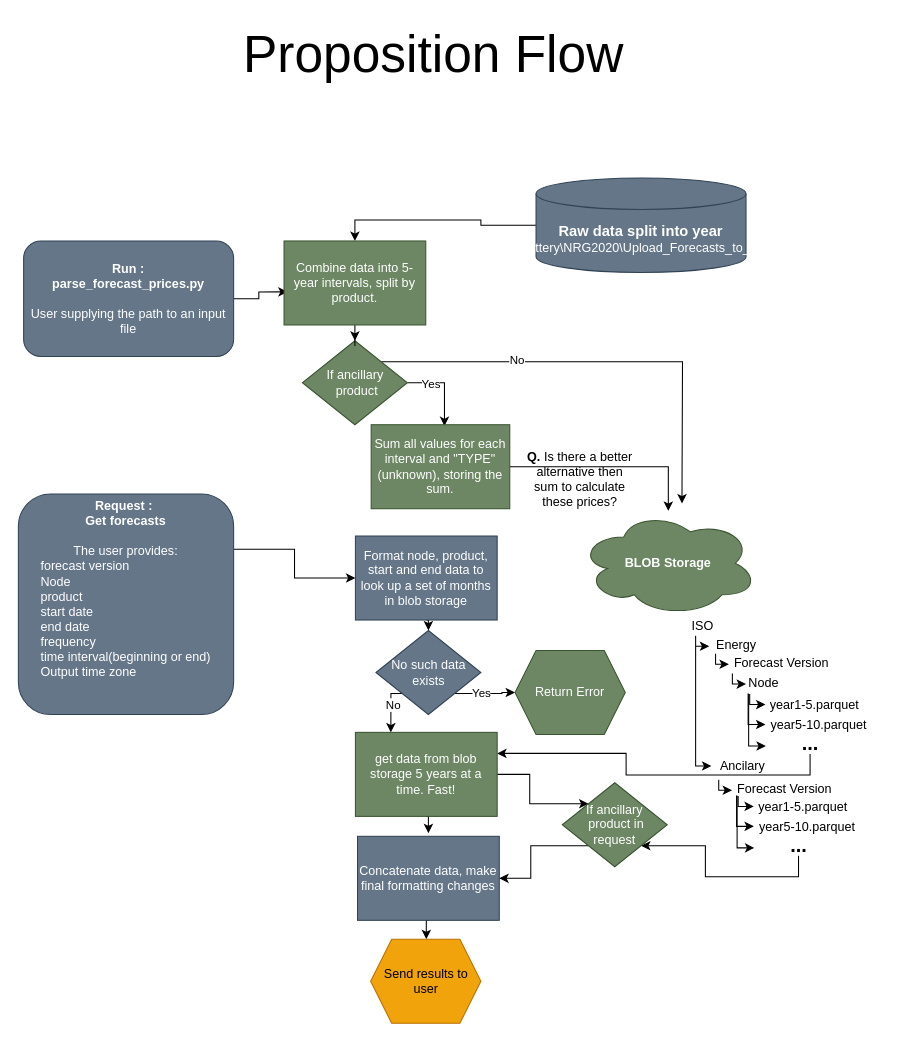
Above: page "Page-2" (2 of 2) of design_prop_1.drawio in rmFlynn/Wrighton_diagrams (draw.io), before the change. Source tidied: cells renumbered, new cells numbered last; positions are measured from the earlier drawing's top-left corner, leaving out a move shared by most shapes. Both pictures are drawn from the tidied source at 105%, with x=0, y=0 at pixel (18, 18).
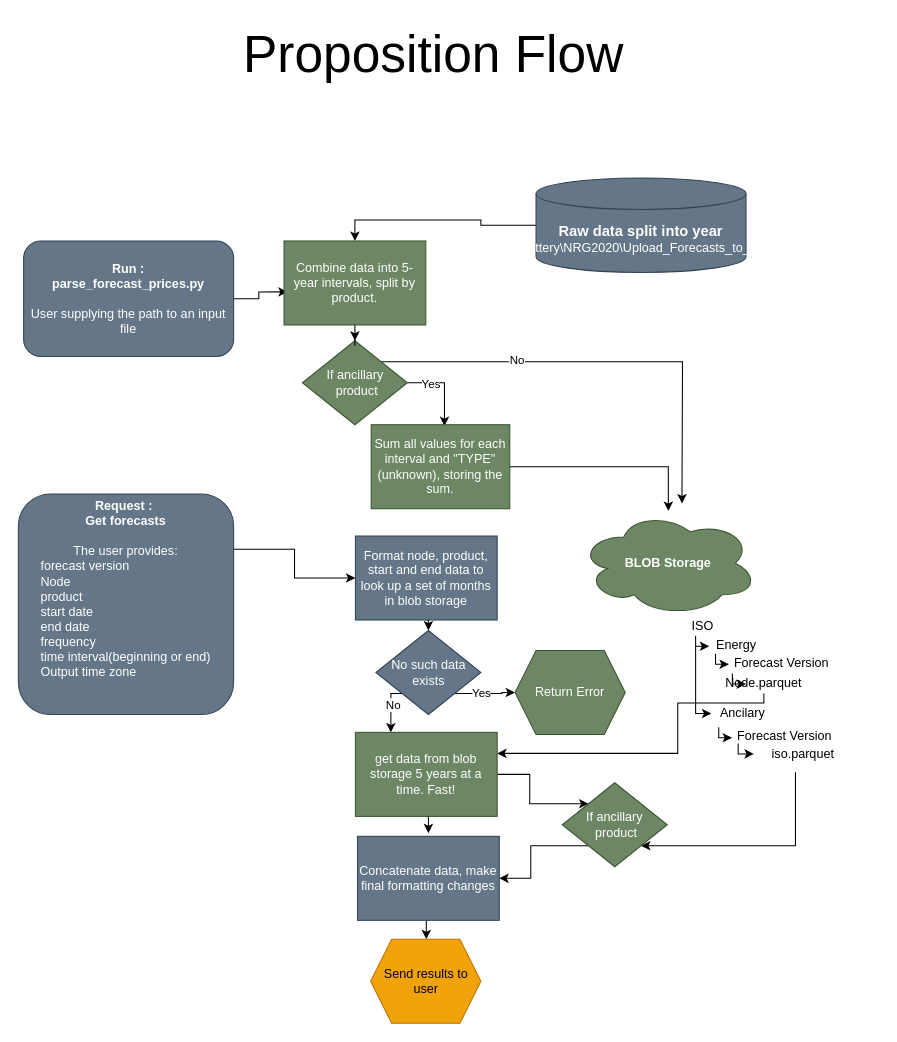
The same page after the edit.

The change refers to these unchanged cells:
```xml
<mxCell id="25" value="get data from blob storage 5 years at a time. Fast!" style="rounded=0;whiteSpace=wrap;html=1;fillColor=#6d8764;strokeColor=#3A5431;fontColor=#ffffff;" parent="1" vertex="1">
  <mxGeometry x="321" y="680" width="135" height="80" as="geometry" />
</mxCell>
```

Diff of the diagram source:
```diff
@@
-    <mxCell id="7" style="edgeStyle=orthogonalEdgeStyle;rounded=0;orthogonalLoop=1;jettySize=auto;html=1;exitX=0;exitY=1;exitDx=0;exitDy=0;strokeColor=#000000;" parent="1" edge="1">
-      <mxGeometry relative="1" as="geometry">
-        <mxPoint x="696.5" y="643.5" as="sourcePoint" />
-        <mxPoint x="711.5" y="653.5" as="targetPoint" />
-        <Array as="points">
-          <mxPoint x="696.5" y="653.5" />
-        </Array>
-      </mxGeometry>
-    </mxCell>
-    <mxCell id="8" value="year5-10.parquet" style="text;html=1;strokeColor=none;fillColor=none;align=center;verticalAlign=middle;whiteSpace=wrap;rounded=0;" parent="1" vertex="1">
-      <mxGeometry x="704.5" y="662.5" width="115" height="20" as="geometry" />
-    </mxCell>
@@
-    <mxCell id="20" value="year1-5.parquet" style="text;html=1;strokeColor=none;fillColor=none;align=center;verticalAlign=middle;whiteSpace=wrap;rounded=0;" parent="1" vertex="1">
-      <mxGeometry x="700.5" y="643.5" width="115" height="20" as="geometry" />
-    </mxCell>
-    <mxCell id="21" style="edgeStyle=orthogonalEdgeStyle;rounded=0;jettySize=auto;html=1;exitX=0.5;exitY=1;exitDx=0;exitDy=0;entryX=1;entryY=0.25;entryDx=0;entryDy=0;" parent="1" edge="1" source="22" target="25">
-      <mxGeometry relative="1" as="geometry" />
+    <mxCell id="21" style="edgeStyle=orthogonalEdgeStyle;rounded=0;jettySize=auto;html=1;exitX=0.5;exitY=1;exitDx=0;exitDy=0;entryX=1;entryY=0.25;entryDx=0;entryDy=0;" parent="1" edge="1" source="47" target="25">
+      <mxGeometry relative="1" as="geometry">
+        <Array as="points">
+          <mxPoint x="710" y="652" />
+          <mxPoint x="628" y="652" />
+          <mxPoint x="628" y="700" />
+        </Array>
+      </mxGeometry>
     </mxCell>
-    <mxCell id="22" value="&lt;p style=&quot;line-height: 140%; font-size: 13px;&quot;&gt;&lt;font size=&quot;1&quot;&gt;&lt;b style=&quot;font-size: 19px;&quot;&gt;...&lt;/b&gt;&lt;/font&gt;&lt;/p&gt;" style="text;html=1;strokeColor=none;fillColor=none;align=center;verticalAlign=middle;whiteSpace=wrap;rounded=0;" parent="1" vertex="1">
-      <mxGeometry x="701.5" y="682.5" width="105" height="18" as="geometry" />
-    </mxCell>
@@
-    <mxCell id="41" value="&lt;b&gt;Q. &lt;/b&gt;Is there a better alternative then sum to calculate these prices?" style="text;html=1;strokeColor=none;fillColor=none;align=center;verticalAlign=middle;whiteSpace=wrap;rounded=0;" parent="1" vertex="1">
-      <mxGeometry x="480" y="402" width="110" height="74" as="geometry" />
-    </mxCell>
@@
-    <mxCell id="44" style="edgeStyle=orthogonalEdgeStyle;rounded=0;orthogonalLoop=1;jettySize=auto;html=1;exitX=0.151;exitY=0.925;exitDx=0;exitDy=0;strokeColor=#000000;exitPerimeter=0;" parent="1" edge="1">
-      <mxGeometry relative="1" as="geometry">
-        <mxPoint x="695" y="643" as="sourcePoint" />
-        <mxPoint x="711.5" y="672.5" as="targetPoint" />
-        <Array as="points">
-          <mxPoint x="695.5" y="672.5" />
-        </Array>
-      </mxGeometry>
-    </mxCell>
     <mxCell id="45" value="&lt;div&gt;Ancilary&lt;/div&gt;" style="text;html=1;strokeColor=none;fillColor=none;align=center;verticalAlign=middle;whiteSpace=wrap;rounded=0;" parent="1" vertex="1">
-      <mxGeometry x="660" y="702" width="60" height="20" as="geometry" />
+      <mxGeometry x="660" y="652" width="60" height="20" as="geometry" />
     </mxCell>
-    <mxCell id="46" style="edgeStyle=orthogonalEdgeStyle;rounded=0;orthogonalLoop=1;jettySize=auto;html=1;strokeColor=#000000;exitX=0.011;exitY=0.838;exitDx=0;exitDy=0;exitPerimeter=0;" parent="1" edge="1">
-      <mxGeometry relative="1" as="geometry">
-        <mxPoint x="695.5" y="643.3" as="sourcePoint" />
-        <mxPoint x="711.9" y="693" as="targetPoint" />
-        <Array as="points">
-          <mxPoint x="695.5" y="693.5" />
-        </Array>
-      </mxGeometry>
-    </mxCell>
-    <mxCell id="47" value="Node" style="text;html=1;strokeColor=none;fillColor=none;align=center;verticalAlign=middle;whiteSpace=wrap;rounded=0;" parent="1" vertex="1">
+    <mxCell id="47" value="Node.parquet" style="text;html=1;strokeColor=none;fillColor=none;align=center;verticalAlign=middle;whiteSpace=wrap;rounded=0;" parent="1" vertex="1">
       <mxGeometry x="660" y="623" width="100" height="20" as="geometry" />
     </mxCell>
@@
     <mxCell id="49" style="edgeStyle=orthogonalEdgeStyle;rounded=0;jettySize=auto;html=1;strokeColor=#000000;" parent="1" edge="1" target="45">
       <mxGeometry relative="1" as="geometry">
         <mxPoint x="645" y="598" as="sourcePoint" />
         <Array as="points">
-          <mxPoint x="645" y="712" />
+          <mxPoint x="645" y="662" />
         </Array>
       </mxGeometry>
     </mxCell>
     <mxCell id="50" value="Forecast Version" style="text;html=1;strokeColor=none;fillColor=none;align=center;verticalAlign=middle;whiteSpace=wrap;rounded=0;" parent="1" vertex="1">
-      <mxGeometry x="680" y="724" width="100" height="20" as="geometry" />
+      <mxGeometry x="680" y="674" width="100" height="20" as="geometry" />
     </mxCell>
     <mxCell id="51" style="edgeStyle=orthogonalEdgeStyle;rounded=0;orthogonalLoop=1;jettySize=auto;html=1;exitX=0;exitY=1;exitDx=0;exitDy=0;strokeColor=#000000;" parent="1" edge="1">
       <mxGeometry relative="1" as="geometry">
-        <mxPoint x="685.5" y="740.5" as="sourcePoint" />
-        <mxPoint x="700.5" y="750.5" as="targetPoint" />
+        <mxPoint x="685.5" y="690.5" as="sourcePoint" />
+        <mxPoint x="700.5" y="700.5" as="targetPoint" />
         <Array as="points">
-          <mxPoint x="685.5" y="750.5" />
+          <mxPoint x="685.5" y="700.5" />
         </Array>
       </mxGeometry>
     </mxCell>
-    <mxCell id="52" value="year5-10.parquet" style="text;html=1;strokeColor=none;fillColor=none;align=center;verticalAlign=middle;whiteSpace=wrap;rounded=0;" parent="1" vertex="1">
-      <mxGeometry x="693.5" y="759.5" width="115" height="20" as="geometry" />
-    </mxCell>
-    <mxCell id="53" value="year1-5.parquet" style="text;html=1;strokeColor=none;fillColor=none;align=center;verticalAlign=middle;whiteSpace=wrap;rounded=0;" parent="1" vertex="1">
-      <mxGeometry x="689.5" y="740.5" width="115" height="20" as="geometry" />
+    <mxCell id="53" value="iso.parquet" style="text;html=1;strokeColor=none;fillColor=none;align=center;verticalAlign=middle;whiteSpace=wrap;rounded=0;" parent="1" vertex="1">
+      <mxGeometry x="689.5" y="690.5" width="115" height="20" as="geometry" />
     </mxCell>
-    <mxCell id="54" style="edgeStyle=orthogonalEdgeStyle;rounded=0;jettySize=auto;html=1;exitX=0.5;exitY=1;exitDx=0;exitDy=0;entryX=1;entryY=1;entryDx=0;entryDy=0;" parent="1" edge="1" source="55" target="60">
-      <mxGeometry relative="1" as="geometry" />
+    <mxCell id="54" style="edgeStyle=orthogonalEdgeStyle;rounded=0;jettySize=auto;html=1;exitX=0.44;exitY=1.375;exitDx=0;exitDy=0;entryX=1;entryY=1;entryDx=0;entryDy=0;exitPerimeter=0;" parent="1" edge="1" source="53" target="60">
+      <mxGeometry relative="1" as="geometry">
+        <Array as="points">
+          <mxPoint x="740" y="788" />
+        </Array>
+      </mxGeometry>
     </mxCell>
-    <mxCell id="55" value="&lt;p style=&quot;line-height: 140%; font-size: 13px;&quot;&gt;&lt;font size=&quot;1&quot;&gt;&lt;b style=&quot;font-size: 19px;&quot;&gt;...&lt;/b&gt;&lt;/font&gt;&lt;/p&gt;" style="text;html=1;strokeColor=none;fillColor=none;align=center;verticalAlign=middle;whiteSpace=wrap;rounded=0;" parent="1" vertex="1">
-      <mxGeometry x="690.5" y="779.5" width="105" height="18" as="geometry" />
-    </mxCell>
     <mxCell id="56" style="edgeStyle=orthogonalEdgeStyle;rounded=0;jettySize=auto;html=1;entryX=-0.003;entryY=0.557;entryDx=0;entryDy=0;strokeColor=#000000;entryPerimeter=0;" parent="1" edge="1" target="50">
       <mxGeometry relative="1" as="geometry">
-        <mxPoint x="667" y="725" as="sourcePoint" />
+        <mxPoint x="667" y="675" as="sourcePoint" />
         <Array as="points">
-          <mxPoint x="667" y="735" />
+          <mxPoint x="667" y="685" />
         </Array>
       </mxGeometry>
     </mxCell>
-    <mxCell id="57" style="edgeStyle=orthogonalEdgeStyle;rounded=0;orthogonalLoop=1;jettySize=auto;html=1;exitX=0.151;exitY=0.925;exitDx=0;exitDy=0;strokeColor=#000000;exitPerimeter=0;" parent="1" edge="1">
-      <mxGeometry relative="1" as="geometry">
-        <mxPoint x="684" y="740" as="sourcePoint" />
-        <mxPoint x="700.5" y="769.5" as="targetPoint" />
-        <Array as="points">
-          <mxPoint x="684.5" y="769.5" />
-        </Array>
-      </mxGeometry>
-    </mxCell>
-    <mxCell id="58" style="edgeStyle=orthogonalEdgeStyle;rounded=0;orthogonalLoop=1;jettySize=auto;html=1;strokeColor=#000000;exitX=0.011;exitY=0.838;exitDx=0;exitDy=0;exitPerimeter=0;" parent="1" edge="1">
-      <mxGeometry relative="1" as="geometry">
-        <mxPoint x="684.5" y="740.3" as="sourcePoint" />
-        <mxPoint x="700.9" y="790" as="targetPoint" />
-        <Array as="points">
-          <mxPoint x="684.5" y="790.5" />
-        </Array>
-      </mxGeometry>
-    </mxCell>
@@
-    <mxCell id="60" value="&lt;div&gt;If ancillary&lt;/div&gt;&lt;div&gt;&amp;nbsp;product in request&lt;br&gt;&lt;/div&gt;" style="rhombus;whiteSpace=wrap;html=1;fillColor=#6d8764;fontColor=#ffffff;strokeColor=#3A5431;" parent="1" vertex="1">
+    <mxCell id="60" value="&lt;div&gt;If ancillary&lt;/div&gt;&lt;div&gt;&amp;nbsp;product&lt;br&gt;&lt;/div&gt;" style="rhombus;whiteSpace=wrap;html=1;fillColor=#6d8764;fontColor=#ffffff;strokeColor=#3A5431;" parent="1" vertex="1">
       <mxGeometry x="518" y="728" width="100" height="80" as="geometry" />
     </mxCell>
```
